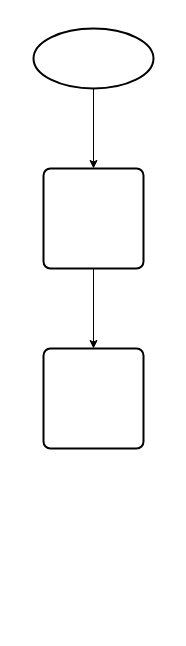
This is wsfittercoba.drawio from thirza258/draw.io, a draw.io file, before an edit. Source tidied: cells renumbered, new cells numbered last; positions are measured from the earlier drawing's top-left corner, leaving out a move shared by most shapes. Both pictures are drawn from the tidied source at 100%, with x=0, y=0 at pixel (33, 28).
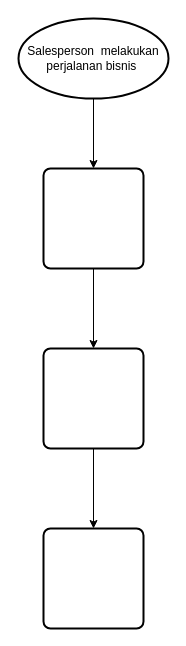
The same page after the edit.

Diff of the diagram source:
```diff
@@
 <mxGraphModel>
   <root>
     <mxCell id="0" />
     <mxCell id="1" parent="0" />
     <mxCell id="2" style="edgeStyle=orthogonalEdgeStyle;rounded=0;jettySize=auto;html=1;" parent="1" edge="1" source="3" target="5">
       <mxGeometry relative="1" as="geometry" />
     </mxCell>
-    <mxCell id="3" style="strokeWidth=2;html=1;shape=mxgraph.flowchart.start_1;whiteSpace=wrap;" parent="1" vertex="1">
-      <mxGeometry width="120" height="60" as="geometry" />
+    <mxCell id="3" value="Salesperson&amp;nbsp; melakukan perjalanan bisnis&amp;nbsp;" style="strokeWidth=2;html=1;shape=mxgraph.flowchart.start_1;whiteSpace=wrap;" parent="1" vertex="1">
+      <mxGeometry x="-15" y="-10" width="150" height="80" as="geometry" />
     </mxCell>
     <mxCell id="4" style="edgeStyle=orthogonalEdgeStyle;rounded=0;jettySize=auto;html=1;" parent="1" edge="1" source="5" target="6">
       <mxGeometry relative="1" as="geometry" />
     </mxCell>
     <mxCell id="5" style="rounded=1;whiteSpace=wrap;html=1;absoluteArcSize=1;arcSize=14;strokeWidth=2;" parent="1" vertex="1">
       <mxGeometry x="10" y="140" width="100" height="100" as="geometry" />
     </mxCell>
+    <mxCell id="7" style="edgeStyle=orthogonalEdgeStyle;rounded=0;jettySize=auto;html=1;" parent="1" edge="1" source="6" target="8">
+      <mxGeometry relative="1" as="geometry" />
+    </mxCell>
     <mxCell id="6" style="rounded=1;whiteSpace=wrap;html=1;absoluteArcSize=1;arcSize=14;strokeWidth=2;" parent="1" vertex="1">
       <mxGeometry x="10" y="320" width="100" height="100" as="geometry" />
     </mxCell>
+    <mxCell id="8" style="rounded=1;whiteSpace=wrap;html=1;absoluteArcSize=1;arcSize=14;strokeWidth=2;" parent="1" vertex="1">
+      <mxGeometry x="10" y="500" width="100" height="100" as="geometry" />
+    </mxCell>
   </root>
 </mxGraphModel>
```
